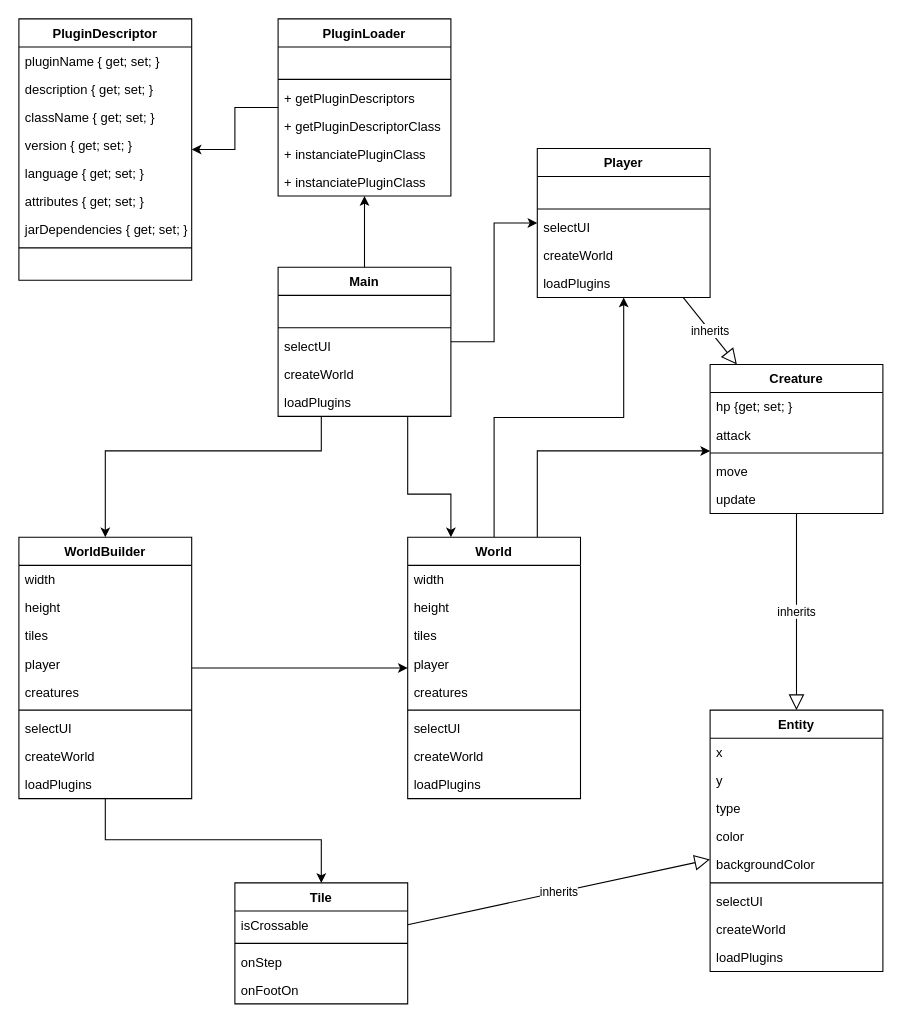
Earlier version of the draw.io diagram Classes.drawio (Vanane/RoguelikeGenerator). Source tidied: cells renumbered, new cells numbered last; positions are measured from the earlier drawing's top-left corner, leaving out a move shared by most shapes. Both pictures are drawn from the tidied source at 108%, with x=0, y=0 at pixel (18, 18).
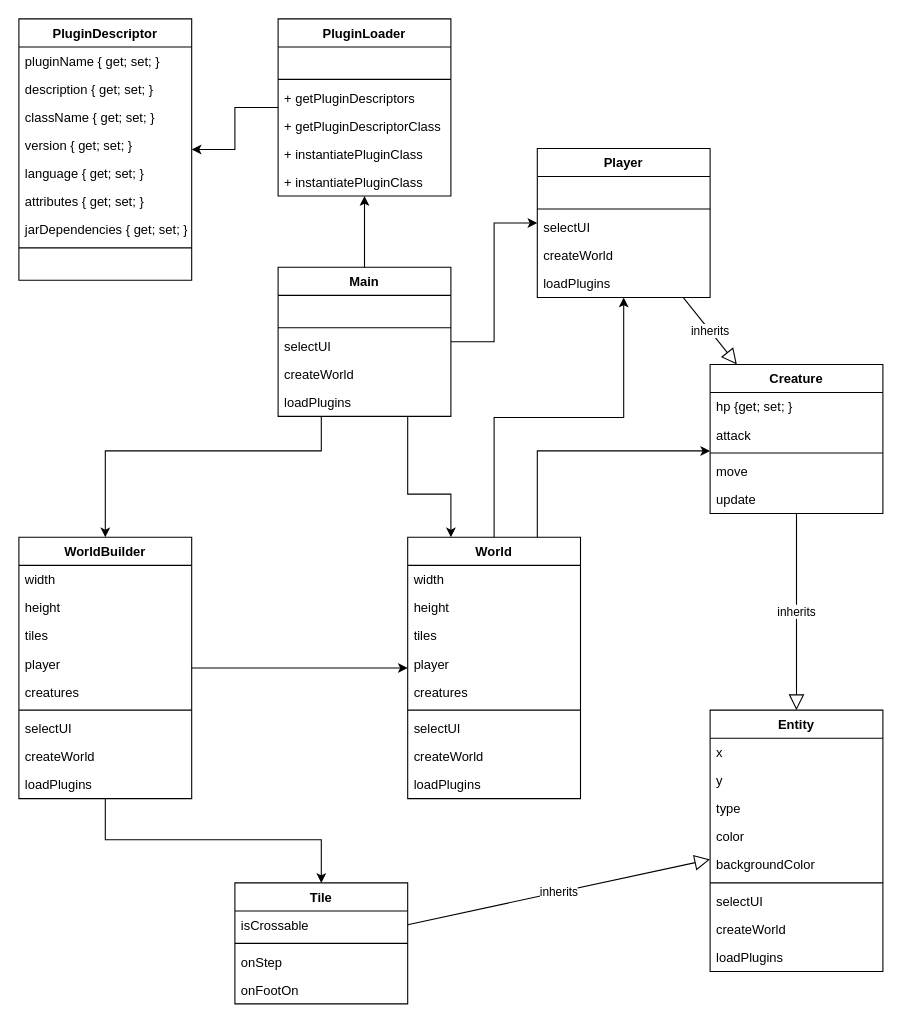
The same page after the edit.

The change refers to these unchanged cells:
```xml
<mxCell id="12" value="PluginLoader" style="swimlane;fontStyle=1;align=center;verticalAlign=top;horizontal=1;startSize=26;" parent="1" vertex="1">
  <mxGeometry x="240" width="160" height="164" as="geometry" />
</mxCell>
```

Change to the diagram source:
```diff
@@
-    <mxCell id="17" value="+ instanciatePluginClass" style="text;strokeColor=none;fillColor=none;align=left;verticalAlign=top;spacingLeft=4;spacingRight=4;overflow=hidden;" parent="12" vertex="1">
+    <mxCell id="17" value="+ instantiatePluginClass" style="text;strokeColor=none;fillColor=none;align=left;verticalAlign=top;spacingLeft=4;spacingRight=4;overflow=hidden;" parent="12" vertex="1">
       <mxGeometry y="112" width="160" height="26" as="geometry" />
     </mxCell>
-    <mxCell id="18" value="+ instanciatePluginClass" style="text;strokeColor=none;fillColor=none;align=left;verticalAlign=top;spacingLeft=4;spacingRight=4;overflow=hidden;" parent="12" vertex="1">
+    <mxCell id="18" value="+ instantiatePluginClass" style="text;strokeColor=none;fillColor=none;align=left;verticalAlign=top;spacingLeft=4;spacingRight=4;overflow=hidden;" parent="12" vertex="1">
       <mxGeometry y="138" width="160" height="26" as="geometry" />
     </mxCell>
```
